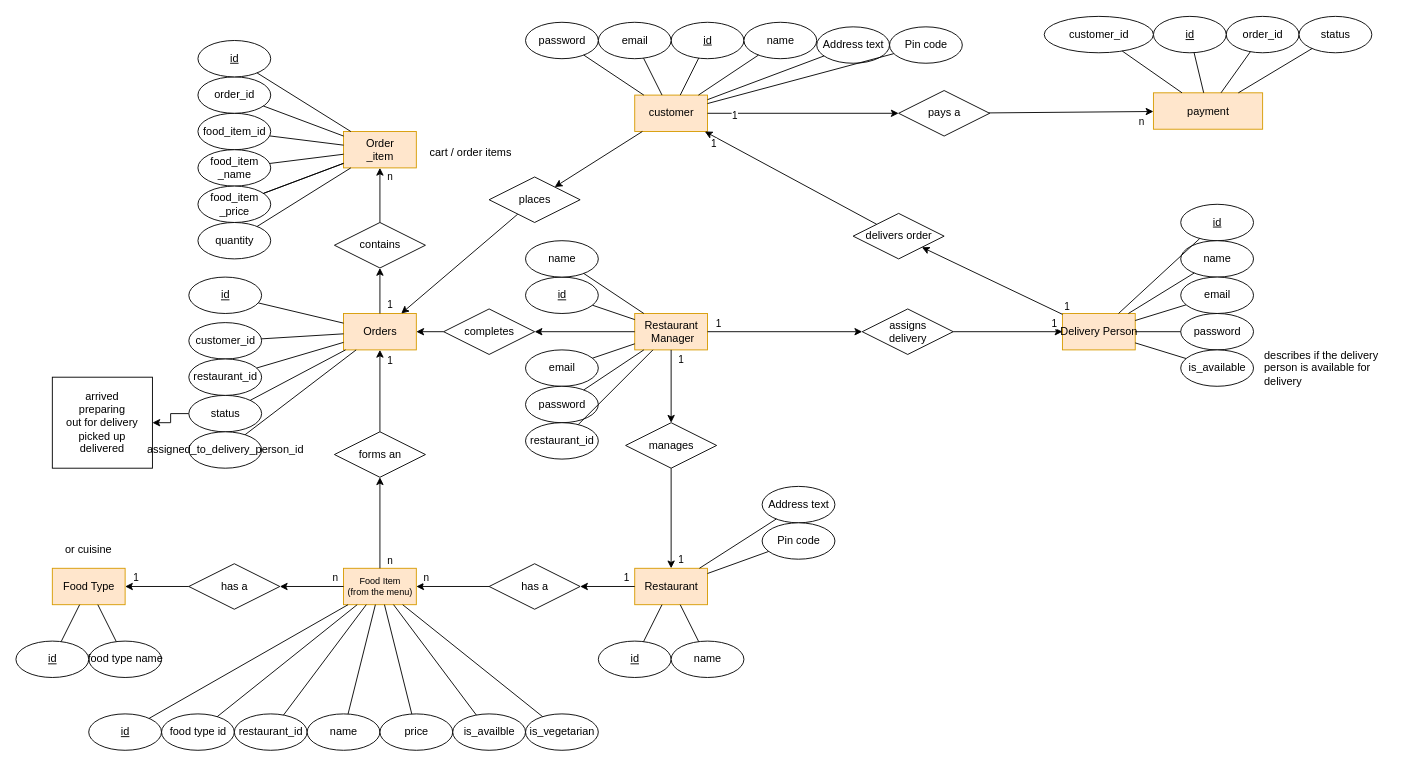
The draw.io diagram diagrams/ER/Untitled Diagram.drawio in callofthewild/hunger-buzz, before the edit. Source tidied: cells renumbered, new cells numbered last; positions are measured from the earlier drawing's top-left corner, leaving out a move shared by most shapes. Both pictures are drawn from the tidied source at 91%, with x=0, y=0 at pixel (15, 15).
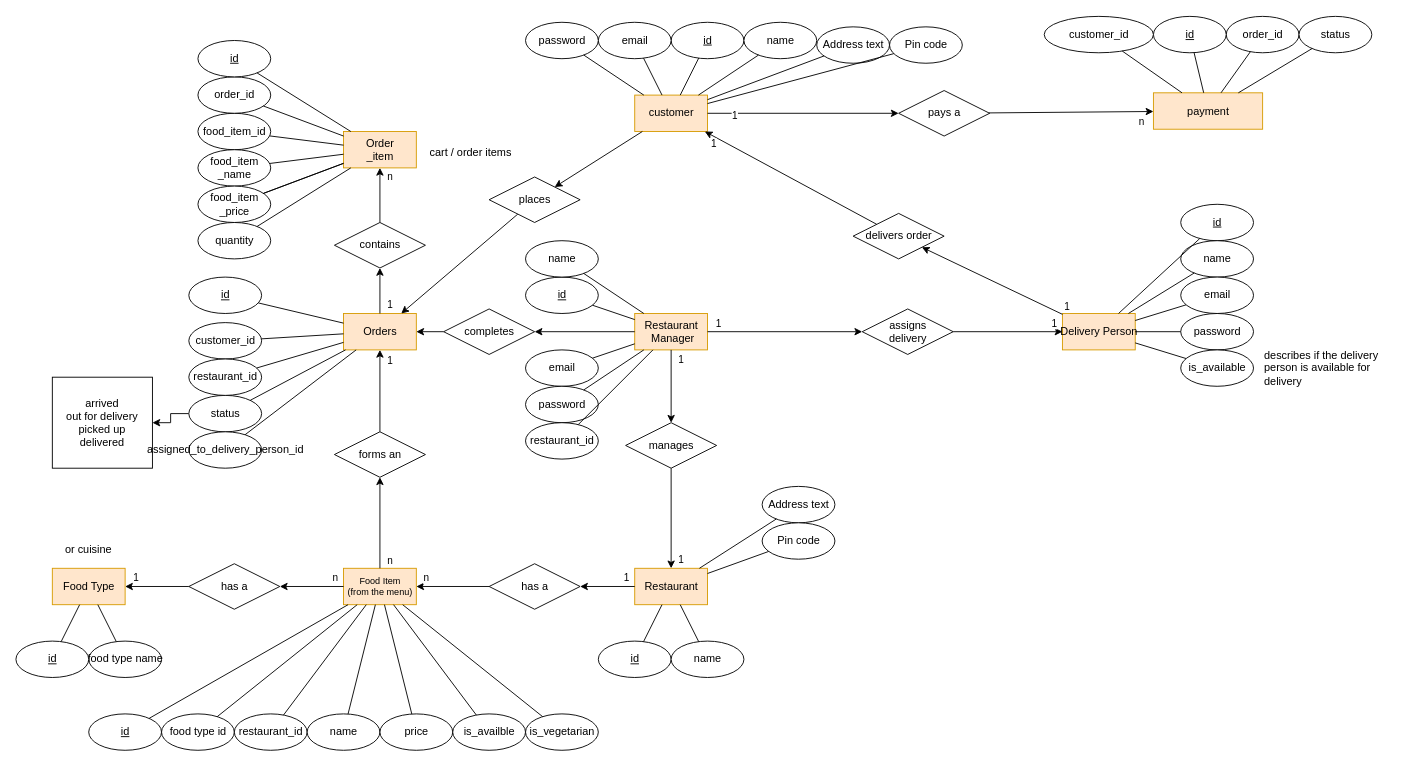
Above is the later version.

What changed in the source:
```diff
@@
-    <mxCell id="139" value="&lt;div&gt;arrived&lt;/div&gt;&lt;div&gt;preparing&lt;/div&gt;&lt;div&gt;out for delivery&lt;/div&gt;&lt;div&gt;picked up&lt;br&gt;&lt;/div&gt;&lt;div&gt;delivered&lt;br&gt;&lt;/div&gt;" style="text;html=1;strokeColor=default;fillColor=none;align=center;verticalAlign=middle;whiteSpace=wrap;rounded=0;" parent="1" vertex="1">
+    <mxCell id="139" value="arrived&lt;div&gt;out for delivery&lt;/div&gt;&lt;div&gt;picked up&lt;br&gt;&lt;/div&gt;&lt;div&gt;delivered&lt;br&gt;&lt;/div&gt;" style="text;html=1;strokeColor=default;fillColor=none;align=center;verticalAlign=middle;whiteSpace=wrap;rounded=0;" parent="1" vertex="1">
       <mxGeometry x="40" y="397" width="110" height="100" as="geometry" />
     </mxCell>
```
